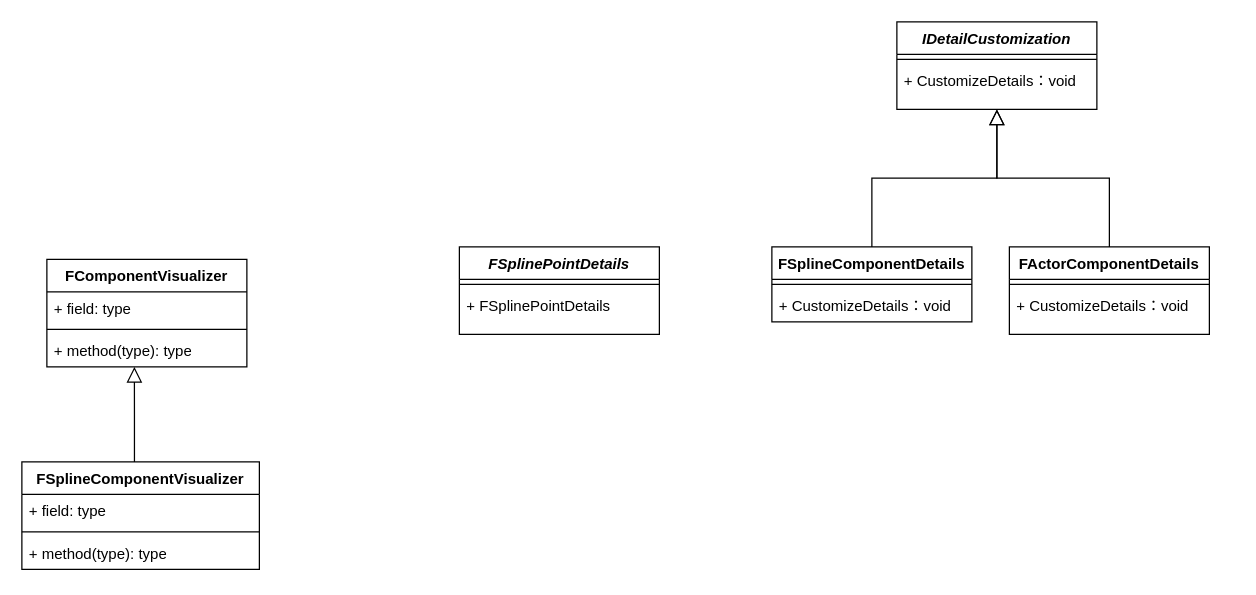
Above: UE编辑器样条组件类图.drawio in hhw-cainiao/draw (draw.io), before the change. Source tidied: cells renumbered, new cells numbered last; positions are measured from the earlier drawing's top-left corner, leaving out a move shared by most shapes. Both pictures are drawn from the tidied source at 125%, with x=0, y=0 at pixel (21, 21).
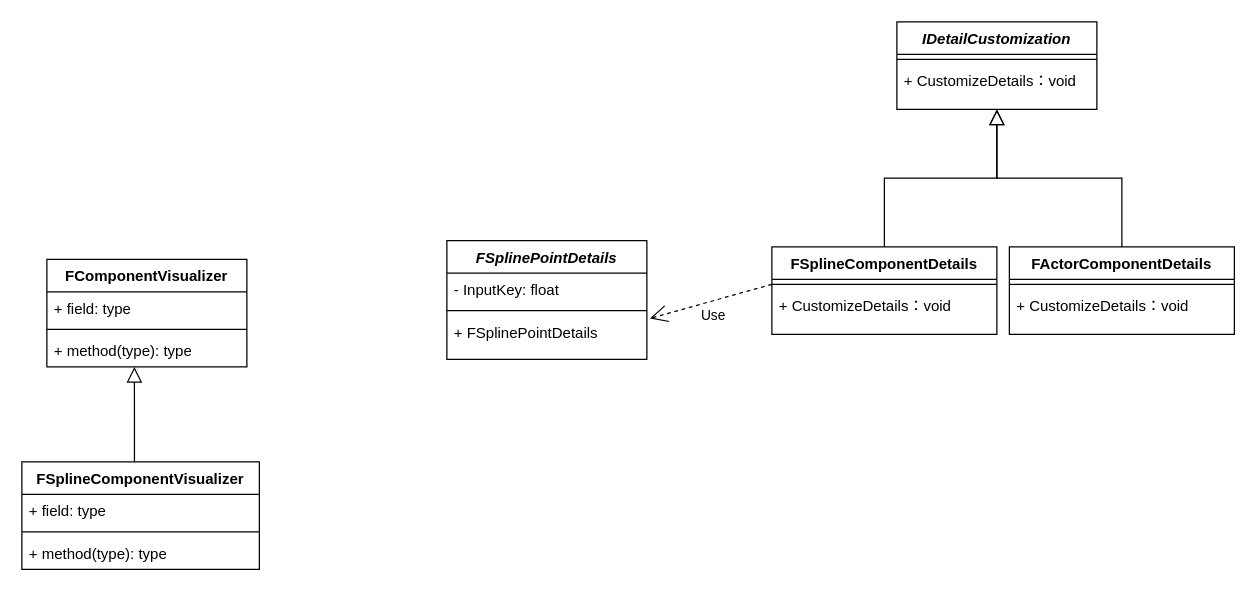
The same page after the edit.

Commit message (it also covers changes not shown here):
更新UE编辑器样条组件类图.drawio

The edit, as a diff of the source:
```diff
@@
     <mxCell id="6" value="FActorComponentDetails" style="swimlane;fontStyle=1;align=center;verticalAlign=top;horizontal=1;startSize=26;rounded=0;shadow=0;strokeWidth=1;" parent="1" vertex="1">
-      <mxGeometry x="790" y="180" width="160" height="70" as="geometry" />
+      <mxGeometry x="790" y="180" width="180" height="70" as="geometry" />
     </mxCell>
     <mxCell id="7" style="line;html=1;strokeWidth=1;align=left;verticalAlign=middle;spacingTop=-1;spacingLeft=3;spacingRight=3;labelPosition=right;" parent="6" vertex="1">
-      <mxGeometry y="26" width="160" height="8" as="geometry" />
+      <mxGeometry y="26" width="180" height="8" as="geometry" />
     </mxCell>
     <mxCell id="8" value="+ CustomizeDetails：void" style="text;align=left;verticalAlign=top;spacingLeft=4;spacingRight=4;overflow=hidden;" parent="6" vertex="1">
-      <mxGeometry y="34" width="160" height="26" as="geometry" />
+      <mxGeometry y="34" width="180" height="26" as="geometry" />
     </mxCell>
@@
     <mxCell id="10" value="FSplineComponentDetails" style="swimlane;fontStyle=1;align=center;verticalAlign=top;horizontal=1;startSize=26;rounded=0;shadow=0;strokeWidth=1;" parent="1" vertex="1">
-      <mxGeometry x="600" y="180" width="160" height="60" as="geometry" />
+      <mxGeometry x="600" y="180" width="180" height="70" as="geometry" />
     </mxCell>
     <mxCell id="11" style="line;html=1;strokeWidth=1;align=left;verticalAlign=middle;spacingTop=-1;spacingLeft=3;spacingRight=3;labelPosition=right;" parent="10" vertex="1">
-      <mxGeometry y="26" width="160" height="8" as="geometry" />
+      <mxGeometry y="26" width="180" height="8" as="geometry" />
     </mxCell>
+    <mxCell id="25" value="Use" style="endArrow=open;endSize=12;dashed=1;html=1;rounded=0;entryX=1.015;entryY=0.086;entryDx=0;entryDy=0;entryPerimeter=0;" parent="10" edge="1" target="24">
+      <mxGeometry x="0.03" y="11" relative="1" as="geometry">
+        <mxPoint y="30" as="sourcePoint" />
+      </mxGeometry>
+    </mxCell>
     <mxCell id="12" value="+ CustomizeDetails：void" style="text;align=left;verticalAlign=top;spacingLeft=4;spacingRight=4;overflow=hidden;" parent="10" vertex="1">
-      <mxGeometry y="34" width="160" height="26" as="geometry" />
+      <mxGeometry y="34" width="180" height="26" as="geometry" />
     </mxCell>
@@
     <mxCell id="22" value="FSplinePointDetails" style="swimlane;fontStyle=3;align=center;verticalAlign=top;horizontal=1;startSize=26;rounded=0;shadow=0;strokeWidth=1;" parent="1" vertex="1">
-      <mxGeometry x="350" y="180" width="160" height="70" as="geometry" />
+      <mxGeometry x="340" y="175" width="160" height="95" as="geometry" />
     </mxCell>
+    <mxCell id="26" value="- InputKey: float" style="text;align=left;verticalAlign=top;spacingLeft=4;spacingRight=4;overflow=hidden;" parent="22" vertex="1">
+      <mxGeometry y="26" width="160" height="26" as="geometry" />
+    </mxCell>
     <mxCell id="23" style="line;html=1;strokeWidth=1;align=left;verticalAlign=middle;spacingTop=-1;spacingLeft=3;spacingRight=3;labelPosition=right;" parent="22" vertex="1">
-      <mxGeometry y="26" width="160" height="8" as="geometry" />
+      <mxGeometry y="52" width="160" height="8" as="geometry" />
     </mxCell>
     <mxCell id="24" value="+ FSplinePointDetails" style="text;align=left;verticalAlign=top;spacingLeft=4;spacingRight=4;overflow=hidden;points=[[0,0.5],[1,0.5]];portConstraint=eastwest;" parent="22" vertex="1">
-      <mxGeometry y="34" width="160" height="26" as="geometry" />
+      <mxGeometry y="60" width="160" height="26" as="geometry" />
     </mxCell>
```
